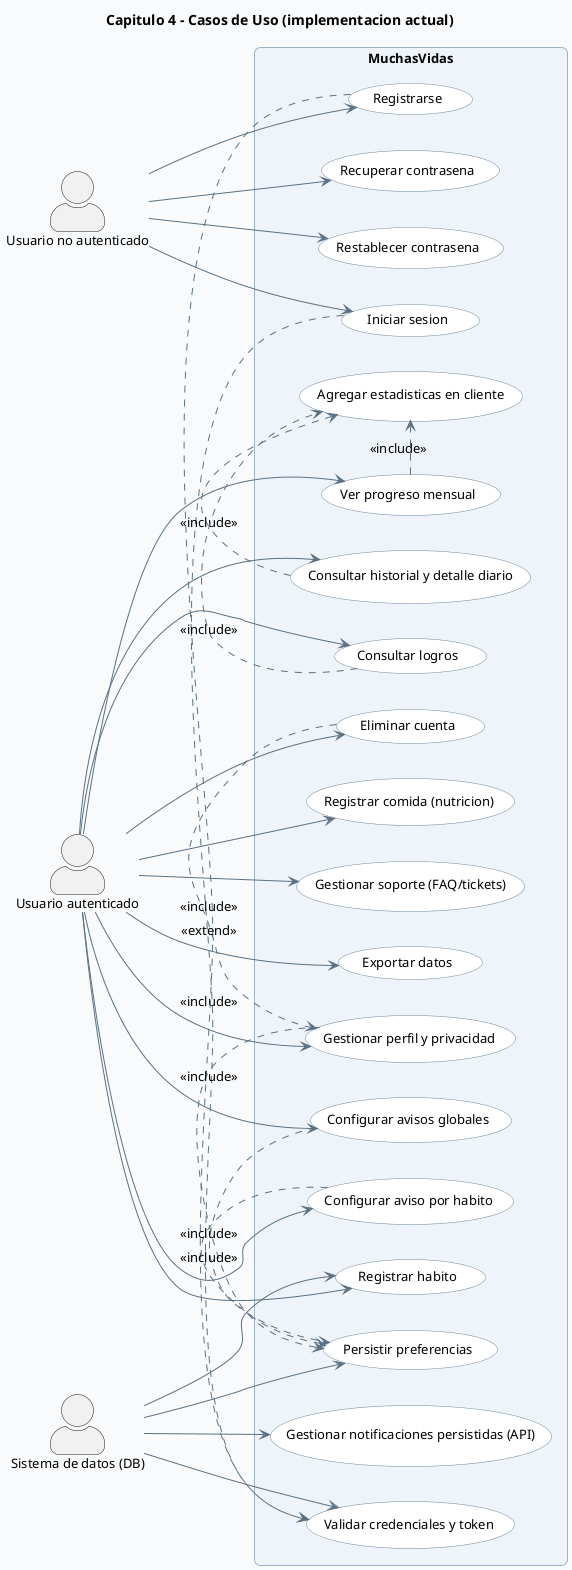
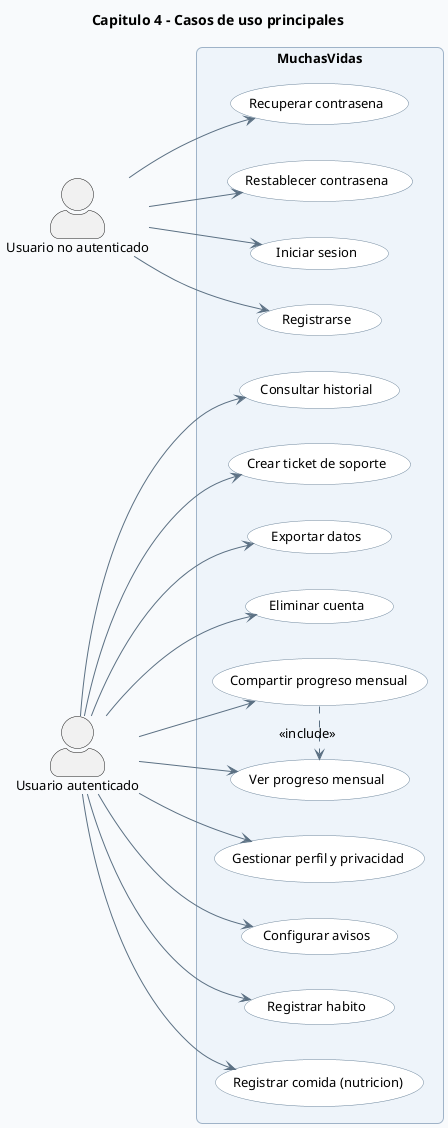
﻿@startuml
' CAP4 - 02 Casos de Uso

skinparam backgroundColor #F8FAFC
skinparam shadowing false
skinparam roundcorner 12
skinparam defaultFontName Segoe UI
skinparam defaultFontSize 13
skinparam ArrowColor #5B7083
skinparam ArrowThickness 1
skinparam packageStyle rectangle
skinparam packageBorderColor #9FB3C8
skinparam packageBackgroundColor #EEF4FA
skinparam usecaseBackgroundColor #FFFFFF
skinparam usecaseBorderColor #6E879D
skinparam actorStyle awesome
- skinparam noteBackgroundColor #FFF9E6
- skinparam noteBorderColor #D7C58A

- title Capitulo 4 - Casos de Uso (implementacion actual)
+ title Capitulo 4 - Casos de uso principales

left to right direction

actor "Usuario no autenticado" as A_GUEST
actor "Usuario autenticado" as A_USER
- actor "Sistema de datos (DB)" as A_DB

rectangle "MuchasVidas" {
  usecase "Iniciar sesion" as UC_LOGIN
  usecase "Registrarse" as UC_REGISTER
  usecase "Recuperar contrasena" as UC_FORGOT
  usecase "Restablecer contrasena" as UC_RESET

  usecase "Gestionar perfil y privacidad" as UC_PROFILE
-   usecase "Configurar avisos globales" as UC_NOTIFICATION_PREFS
-   usecase "Configurar aviso por habito" as UC_HABIT_ALERT
-   usecase "Gestionar notificaciones persistidas (API)" as UC_NOTIFICATION_CENTER
+   usecase "Configurar avisos" as UC_ALERTS

  usecase "Registrar habito" as UC_HABIT_ENTRY
  usecase "Registrar comida (nutricion)" as UC_NUTRITION_ENTRY
-   usecase "Consultar historial y detalle diario" as UC_HISTORY
+   usecase "Consultar historial" as UC_HISTORY
  usecase "Ver progreso mensual" as UC_PROGRESS
-   usecase "Consultar logros" as UC_ACHIEVEMENTS
+   usecase "Compartir progreso mensual" as UC_SHARE_PROGRESS

-   usecase "Gestionar soporte (FAQ/tickets)" as UC_SUPPORT
+   usecase "Crear ticket de soporte" as UC_SUPPORT
  usecase "Exportar datos" as UC_EXPORT
  usecase "Eliminar cuenta" as UC_DELETE
- 
-   usecase "Validar credenciales y token" as UC_AUTH_CORE
-   usecase "Persistir preferencias" as UC_SAVE_PREFS
-   usecase "Agregar estadisticas en cliente" as UC_CLIENT_AGG
}

A_GUEST --> UC_LOGIN
A_GUEST --> UC_REGISTER
A_GUEST --> UC_FORGOT
A_GUEST --> UC_RESET

A_USER --> UC_PROFILE
- A_USER --> UC_NOTIFICATION_PREFS
- A_USER --> UC_HABIT_ALERT
+ A_USER --> UC_ALERTS
A_USER --> UC_HABIT_ENTRY
A_USER --> UC_NUTRITION_ENTRY
A_USER --> UC_HISTORY
A_USER --> UC_PROGRESS
- A_USER --> UC_ACHIEVEMENTS
+ A_USER --> UC_SHARE_PROGRESS
A_USER --> UC_SUPPORT
A_USER --> UC_EXPORT
A_USER --> UC_DELETE

- UC_LOGIN .> UC_AUTH_CORE : <<include>>
- UC_REGISTER .> UC_AUTH_CORE : <<include>>
- UC_PROFILE .> UC_SAVE_PREFS : <<include>>
- UC_NOTIFICATION_PREFS .> UC_SAVE_PREFS : <<include>>
- UC_HABIT_ALERT .> UC_SAVE_PREFS : <<include>>
- UC_PROGRESS .> UC_CLIENT_AGG : <<include>>
- UC_HISTORY .> UC_CLIENT_AGG : <<include>>
- UC_ACHIEVEMENTS .> UC_CLIENT_AGG : <<include>>
- UC_DELETE .> UC_PROFILE : <<extend>>
- 
- A_DB --> UC_AUTH_CORE
- A_DB --> UC_SAVE_PREFS
- A_DB --> UC_HABIT_ENTRY
- A_DB --> UC_NOTIFICATION_CENTER
- /'
- note right of UC_CLIENT_AGG
- Progreso, historial y logros se calculan en la app mobile
- con datos de /habits/entries + /users/me.
- end note
- 
- note right of UC_NOTIFICATION_PREFS
- Se usa GET/PATCH /api/notifications/settings
- como contrato unico para avisos MVP.
- end note
- 
- note right of UC_HABIT_ALERT
- Cada pantalla de habito edita el mismo estado
- de preferencias.notificaciones.habits.
- end note
- 
- note right of UC_NUTRITION_ENTRY
- En implementacion actual, registrar comida NO crea
- automaticamente un registro_habito de nutricion.
- Solo actualiza estado de avisos (lastCompletedDate).
- end note
- 
- note right of UC_NOTIFICATION_CENTER
- Entidad notificacion persistida en backend.
- No hay inbox mobile cableado en el MVP actual.
- end note
- 
- note bottom
- No se detecto modulo de comunidad/social en la version actual.
- Las tablas de gamificacion existen en DB, pero sin API dedicada.
- end note
- '/
- @enduml
+ UC_SHARE_PROGRESS .> UC_PROGRESS : <<include>>
+ @enduml